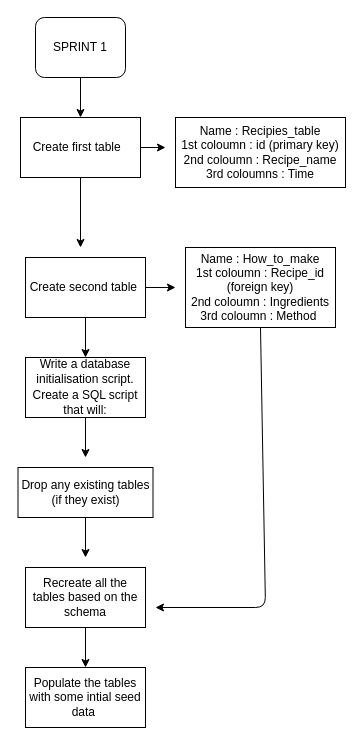
This is page "SPRINT 1" (1 of 2) of flowchart.drawio from SchoolOfCode/bc15-w5-d5-hackathon-build-a-rest-api-with-postgres-team2, a draw.io file, before an edit. Source tidied: cells renumbered, new cells numbered last; positions are measured from the earlier drawing's top-left corner, leaving out a move shared by most shapes. Both pictures are drawn from the tidied source at 100%, with x=0, y=0 at pixel (17, 17).
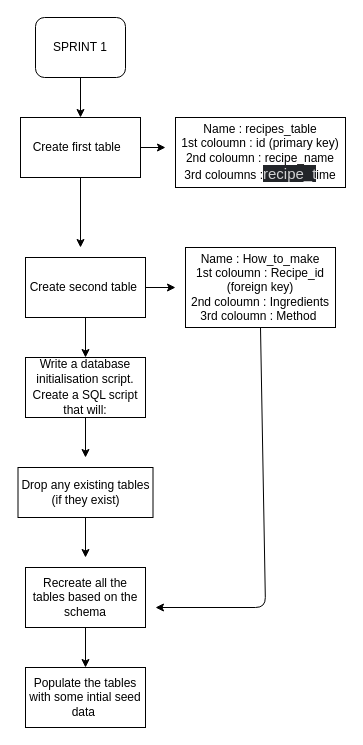
The same diagram, later.

The edit, as a diff of the source:
```diff
@@
-    <mxCell id="7" value="Name : Recipies_table&lt;br&gt;1st coloumn : id (primary key)&lt;br&gt;2nd coloumn : Recipe_name&lt;br&gt;3rd coloumns : Time" style="rounded=0;whiteSpace=wrap;html=1;" parent="1" vertex="1">
+    <mxCell id="7" value="Name : recipes_table&lt;br&gt;1st coloumn : id (primary key)&lt;br&gt;2nd coloumn : recipe_name&lt;br&gt;3rd coloumns :&lt;span style=&quot;color: rgb(209, 210, 211); font-family: Slack-Lato, Slack-Fractions, appleLogo, sans-serif; font-size: 15px; font-variant-ligatures: common-ligatures; text-align: left; background-color: rgb(34, 37, 41);&quot;&gt;recipe_t&lt;/span&gt;ime" style="rounded=0;whiteSpace=wrap;html=1;" parent="1" vertex="1">
       <mxGeometry x="158" y="100" width="170" height="70" as="geometry" />
     </mxCell>
```
